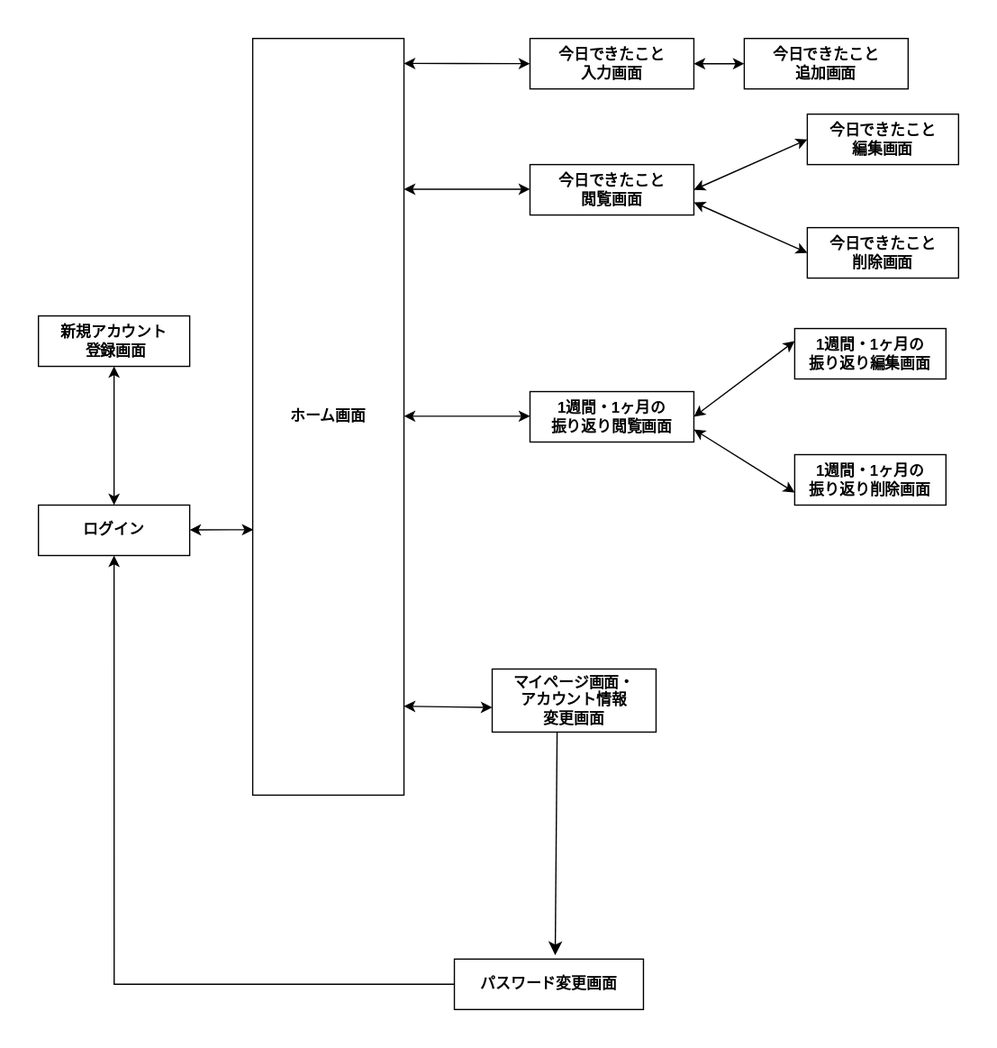
The draw.io diagram diary/static/画面遷移図（小林遥子）.drawio.svg in haruko-kobayashi1224/application1, before a commit. Source tidied: cells renumbered, new cells last; positions are measured from the earlier drawing's top-left corner, leaving out a move shared by most shapes.
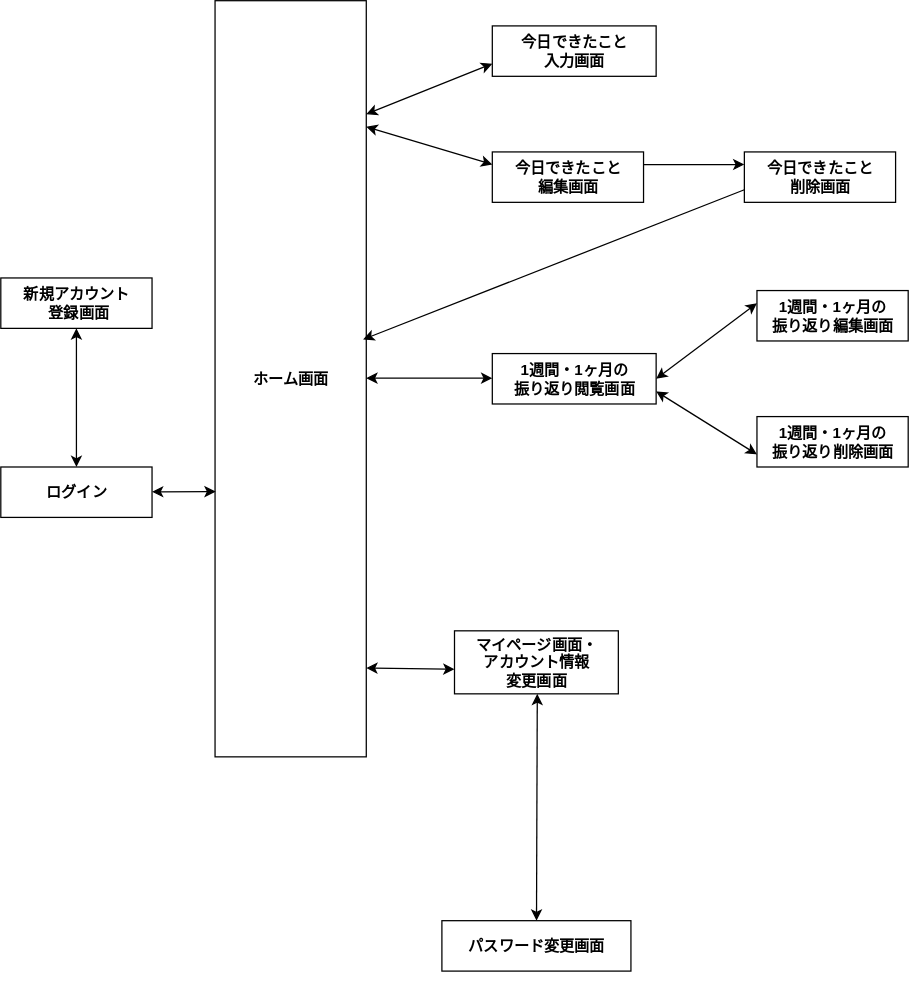
The same file after the commit.

The edit, as a diff of the source:
```diff
@@ -5,39 +5,21 @@
     <mxCell id="2" value="新規アカウント&lt;div&gt;&amp;nbsp;登録画面&lt;/div&gt;" style="rounded=0;whiteSpace=wrap;html=1;fontStyle=1;" parent="1" vertex="1">
       <mxGeometry y="220" width="120" height="40" as="geometry" />
     </mxCell>
-    <mxCell id="3" style="edgeStyle=orthogonalEdgeStyle;rounded=0;jettySize=auto;html=1;exitX=0;exitY=0.5;exitDx=0;exitDy=0;entryX=0.5;entryY=1;entryDx=0;entryDy=0;" parent="1" edge="1" source="10" target="4">
-      <mxGeometry relative="1" as="geometry" />
-    </mxCell>
     <mxCell id="4" value="&lt;b&gt;ログイン&lt;/b&gt;" style="rounded=0;whiteSpace=wrap;html=1;" parent="1" vertex="1">
       <mxGeometry y="370" width="120" height="40" as="geometry" />
     </mxCell>
     <mxCell id="5" value="&lt;b&gt;ホーム画面&lt;/b&gt;" style="rounded=0;whiteSpace=wrap;html=1;" parent="1" vertex="1">
       <mxGeometry x="170" width="120" height="600" as="geometry" />
     </mxCell>
-    <mxCell id="6" style="edgeStyle=none;curved=1;rounded=0;orthogonalLoop=1;jettySize=auto;html=1;exitX=0.5;exitY=1;exitDx=0;exitDy=0;fontSize=12;startSize=8;endSize=8;entryX=0.59;entryY=-0.075;entryDx=0;entryDy=0;entryPerimeter=0;" parent="1" edge="1">
-      <mxGeometry relative="1" as="geometry">
-        <mxPoint x="411.5" y="550" as="sourcePoint" />
-        <mxPoint x="410" y="727" as="targetPoint" />
-      </mxGeometry>
-    </mxCell>
     <mxCell id="7" value="&lt;b&gt;今日できたこと&lt;/b&gt;&lt;div&gt;&lt;b&gt;入力画面&lt;/b&gt;&lt;/div&gt;" style="rounded=0;whiteSpace=wrap;html=1;" parent="1" vertex="1">
-      <mxGeometry x="390" width="130" height="40" as="geometry" />
+      <mxGeometry x="390" y="20" width="130" height="40" as="geometry" />
     </mxCell>
-    <mxCell id="8" value="&lt;b&gt;今日できたこと&lt;/b&gt;&lt;div&gt;&lt;b&gt;編集画面&lt;/b&gt;&lt;/div&gt;" style="rounded=0;whiteSpace=wrap;html=1;" parent="1" vertex="1">
-      <mxGeometry x="610" y="60" width="120" height="40" as="geometry" />
-    </mxCell>
     <mxCell id="9" value="&lt;b&gt;マイページ画面・&lt;br&gt;アカウント情報&lt;/b&gt;&lt;div&gt;&lt;b&gt;変更画面&lt;/b&gt;&lt;/div&gt;" style="rounded=0;whiteSpace=wrap;html=1;" parent="1" vertex="1">
       <mxGeometry x="360" y="500" width="130" height="50" as="geometry" />
     </mxCell>
-    <mxCell id="10" value="&lt;b&gt;パスワード変更画面&lt;/b&gt;" style="rounded=0;whiteSpace=wrap;html=1;" parent="1" vertex="1">
-      <mxGeometry x="330" y="730" width="150" height="40" as="geometry" />
-    </mxCell>
     <mxCell id="11" value="&lt;b&gt;1週間・1ヶ月の&lt;/b&gt;&lt;div&gt;&lt;b&gt;振り返り&lt;/b&gt;&lt;b style=&quot;background-color: transparent; color: light-dark(rgb(0, 0, 0), rgb(255, 255, 255));&quot;&gt;閲覧画面&lt;/b&gt;&lt;/div&gt;" style="rounded=0;whiteSpace=wrap;html=1;" parent="1" vertex="1">
       <mxGeometry x="390" y="280" width="130" height="40" as="geometry" />
     </mxCell>
-    <mxCell id="12" value="&lt;b&gt;今日できたこと&lt;/b&gt;&lt;div&gt;&lt;b&gt;閲覧画面&lt;/b&gt;&lt;/div&gt;" style="rounded=0;whiteSpace=wrap;html=1;" parent="1" vertex="1">
-      <mxGeometry x="390" y="100" width="130" height="40" as="geometry" />
-    </mxCell>
     <mxCell id="13" value="&lt;b&gt;1週間・&lt;/b&gt;&lt;b&gt;1ヶ月&lt;/b&gt;&lt;b style=&quot;background-color: transparent; color: light-dark(rgb(0, 0, 0), rgb(255, 255, 255));&quot;&gt;の&lt;/b&gt;&lt;div&gt;&lt;b style=&quot;background-color: transparent; color: light-dark(rgb(0, 0, 0), rgb(255, 255, 255));&quot;&gt;振り返り&lt;/b&gt;&lt;b style=&quot;background-color: transparent; color: light-dark(rgb(0, 0, 0), rgb(255, 255, 255));&quot;&gt;編集画面&lt;/b&gt;&lt;/div&gt;" style="rounded=0;whiteSpace=wrap;html=1;" parent="1" vertex="1">
       <mxGeometry x="600" y="230" width="120" height="40" as="geometry" />
     </mxCell>
@@ -55,15 +37,6 @@
         <mxPoint x="170.5" y="389.5" as="targetPoint" />
       </mxGeometry>
     </mxCell>
-    <mxCell id="17" style="endArrow=classic;startArrow=classic;html=1;rounded=0;entryX=0;entryY=0.5;entryDx=0;entryDy=0;exitX=1;exitY=0.033;exitDx=0;exitDy=0;exitPerimeter=0;" parent="1" edge="1" source="5" target="7">
-      <mxGeometry relative="1" as="geometry" />
-    </mxCell>
-    <mxCell id="18" style="endArrow=classic;startArrow=classic;html=1;rounded=0;entryX=0;entryY=0.5;entryDx=0;entryDy=0;exitX=1;exitY=0.033;exitDx=0;exitDy=0;exitPerimeter=0;" parent="1" edge="1">
-      <mxGeometry relative="1" as="geometry">
-        <mxPoint x="290" y="119.5" as="sourcePoint" />
-        <mxPoint x="390" y="119.5" as="targetPoint" />
-      </mxGeometry>
-    </mxCell>
     <mxCell id="19" style="endArrow=classic;startArrow=classic;html=1;rounded=0;entryX=0;entryY=0.5;entryDx=0;entryDy=0;exitX=1;exitY=0.033;exitDx=0;exitDy=0;exitPerimeter=0;" parent="1" edge="1">
       <mxGeometry relative="1" as="geometry">
         <mxPoint x="290" y="299.5" as="sourcePoint" />
@@ -76,9 +49,6 @@
         <mxPoint x="360" y="530.5" as="targetPoint" />
       </mxGeometry>
     </mxCell>
-    <mxCell id="21" style="endArrow=classic;startArrow=classic;html=1;rounded=0;entryX=0;entryY=0.5;entryDx=0;entryDy=0;exitX=1;exitY=0.5;exitDx=0;exitDy=0;" parent="1" edge="1" source="12" target="8">
-      <mxGeometry relative="1" as="geometry" />
-    </mxCell>
     <mxCell id="22" style="endArrow=classic;startArrow=classic;html=1;rounded=0;entryX=0;entryY=0.5;entryDx=0;entryDy=0;exitX=1;exitY=0.5;exitDx=0;exitDy=0;" parent="1" edge="1">
       <mxGeometry relative="1" as="geometry">
         <mxPoint x="520" y="300" as="sourcePoint" />
@@ -91,19 +61,45 @@
         <mxPoint x="600" y="360" as="targetPoint" />
       </mxGeometry>
     </mxCell>
-    <mxCell id="24" value="&lt;b&gt;今日できたこと&lt;/b&gt;&lt;div&gt;&lt;b&gt;追加画面&lt;/b&gt;&lt;/div&gt;" style="rounded=0;whiteSpace=wrap;html=1;" parent="1" vertex="1">
-      <mxGeometry x="560" width="130" height="40" as="geometry" />
-    </mxCell>
-    <mxCell id="25" style="endArrow=classic;startArrow=classic;html=1;rounded=0;exitX=1;exitY=0.5;exitDx=0;exitDy=0;entryX=0;entryY=0.5;entryDx=0;entryDy=0;" parent="1" edge="1" source="7" target="24">
-      <mxGeometry relative="1" as="geometry" />
-    </mxCell>
-    <mxCell id="26" style="endArrow=classic;startArrow=classic;html=1;rounded=0;entryX=0;entryY=0.5;entryDx=0;entryDy=0;exitX=1;exitY=0.5;exitDx=0;exitDy=0;" parent="1" edge="1" target="27">
-      <mxGeometry relative="1" as="geometry">
-        <mxPoint x="520" y="130" as="sourcePoint" />
-      </mxGeometry>
-    </mxCell>
     <mxCell id="27" value="&lt;b&gt;今日できたこと&lt;/b&gt;&lt;br&gt;&lt;div&gt;&lt;b&gt;削除画面&lt;/b&gt;&lt;/div&gt;" style="rounded=0;whiteSpace=wrap;html=1;" parent="1" vertex="1">
-      <mxGeometry x="610" y="150" width="120" height="40" as="geometry" />
+      <mxGeometry x="590" y="120" width="120" height="40" as="geometry" />
     </mxCell>
+    <mxCell id="28" style="endArrow=classic;startArrow=classic;html=1;rounded=0;entryX=0;entryY=0.5;entryDx=0;entryDy=0;exitX=1;exitY=0.033;exitDx=0;exitDy=0;exitPerimeter=0;" parent="1" edge="1">
+      <mxGeometry relative="1" as="geometry">
+        <mxPoint x="290" y="100" as="sourcePoint" />
+        <mxPoint x="390" y="130" as="targetPoint" />
+      </mxGeometry>
+    </mxCell>
+    <mxCell id="8" value="&lt;b&gt;今日できたこと&lt;/b&gt;&lt;div&gt;&lt;b&gt;編集画面&lt;/b&gt;&lt;/div&gt;" style="rounded=0;whiteSpace=wrap;html=1;" parent="1" vertex="1">
+      <mxGeometry x="390" y="120" width="120" height="40" as="geometry" />
+    </mxCell>
+    <mxCell id="29" style="endArrow=classic;startArrow=classic;html=1;rounded=0;exitX=1;exitY=0.033;exitDx=0;exitDy=0;exitPerimeter=0;" parent="1" edge="1">
+      <mxGeometry relative="1" as="geometry">
+        <mxPoint x="290" y="90" as="sourcePoint" />
+        <mxPoint x="390" y="50" as="targetPoint" />
+      </mxGeometry>
+    </mxCell>
+    <mxCell id="30" style="endArrow=classic;html=1;rounded=0;" parent="1" edge="1">
+      <mxGeometry relative="1" as="geometry">
+        <mxPoint x="510" y="130" as="sourcePoint" />
+        <mxPoint x="590" y="130" as="targetPoint" />
+      </mxGeometry>
+    </mxCell>
+    <mxCell id="31" style="endArrow=classic;html=1;rounded=0;exitX=0;exitY=0.75;exitDx=0;exitDy=0;entryX=0.979;entryY=0.448;entryDx=0;entryDy=0;entryPerimeter=0;" parent="1" edge="1" source="27" target="5">
+      <mxGeometry relative="1" as="geometry" />
+    </mxCell>
+    <mxCell id="32" style="endArrow=classic;startArrow=classic;html=1;rounded=0;entryX=0.358;entryY=0.99;entryDx=0;entryDy=0;entryPerimeter=0;" parent="1" edge="1" source="10">
+      <mxGeometry relative="1" as="geometry">
+        <mxPoint x="425.7" y="550" as="targetPoint" />
+      </mxGeometry>
+    </mxCell>
+    <mxCell id="33" style="endArrow=classic;startArrow=classic;html=1;rounded=0;entryX=0.358;entryY=0.99;entryDx=0;entryDy=0;entryPerimeter=0;" parent="1" edge="1" target="10">
+      <mxGeometry relative="1" as="geometry">
+        <mxPoint x="424.3" y="730.5" as="sourcePoint" />
+      </mxGeometry>
+    </mxCell>
+    <mxCell id="10" value="&lt;b&gt;パスワード変更画面&lt;/b&gt;" style="rounded=0;whiteSpace=wrap;html=1;" parent="1" vertex="1">
+      <mxGeometry x="350" y="730" width="150" height="40" as="geometry" />
+    </mxCell>
   </root>
 </mxGraphModel>
```
